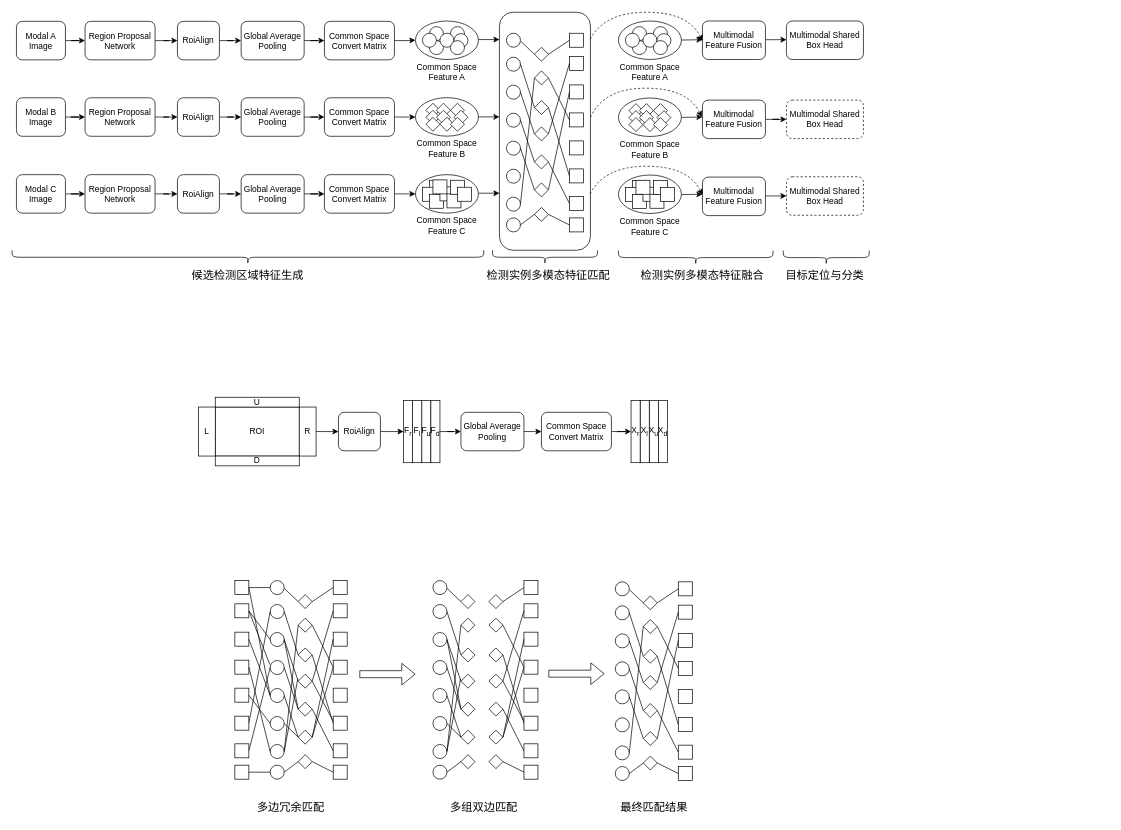
thb1314/for_draw_io keeps this draw.io diagram as 多视角多模态目标检测3模态案例.drawio. Above is the earlier version. Source tidied: cells renumbered, new cells numbered last; positions are measured from the earlier drawing's top-left corner, leaving out a move shared by most shapes. Both pictures are drawn from the tidied source at 70%, with x=0, y=0 at pixel (16, 12).
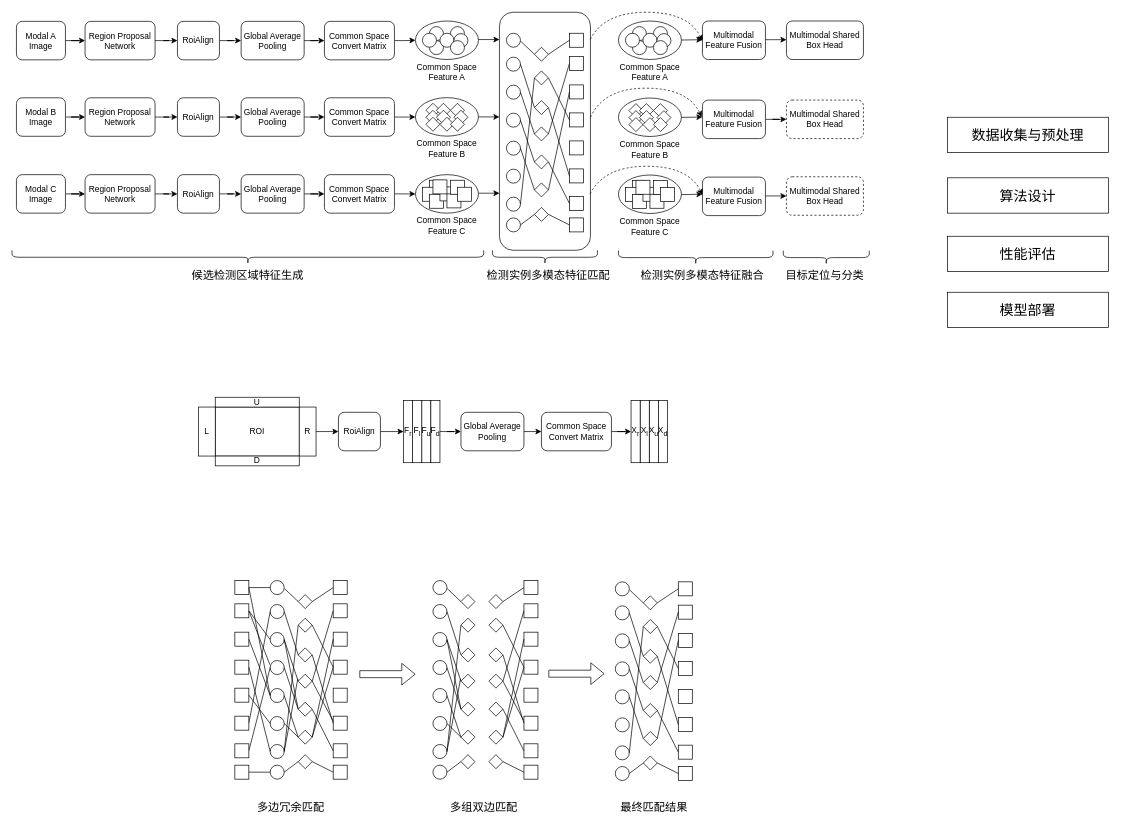
After the change.

Commit message:
更新多视角多模态目标检测3模态案例.drawio

Change to the diagram source:
```diff
@@
+    <mxCell id="328" value="&lt;font style=&quot;font-size: 20px;&quot;&gt;数据收集与预处理&lt;/font&gt;" style="rounded=0;whiteSpace=wrap;html=1;" parent="1" vertex="1">
+      <mxGeometry x="1330" y="150" width="230" height="50.5" as="geometry" />
+    </mxCell>
+    <mxCell id="329" value="&lt;span style=&quot;font-size: 20px;&quot;&gt;算法设计&lt;/span&gt;" style="rounded=0;whiteSpace=wrap;html=1;" parent="1" vertex="1">
+      <mxGeometry x="1330" y="236.5" width="230" height="50.5" as="geometry" />
+    </mxCell>
+    <mxCell id="330" value="&lt;span style=&quot;font-size: 20px;&quot;&gt;性能评估&lt;/span&gt;" style="rounded=0;whiteSpace=wrap;html=1;" parent="1" vertex="1">
+      <mxGeometry x="1330" y="320" width="230" height="50.5" as="geometry" />
+    </mxCell>
+    <mxCell id="331" value="&lt;span style=&quot;font-size: 20px;&quot;&gt;模型部署&lt;/span&gt;" style="rounded=0;whiteSpace=wrap;html=1;" parent="1" vertex="1">
+      <mxGeometry x="1330" y="400" width="230" height="50.5" as="geometry" />
+    </mxCell>
```
